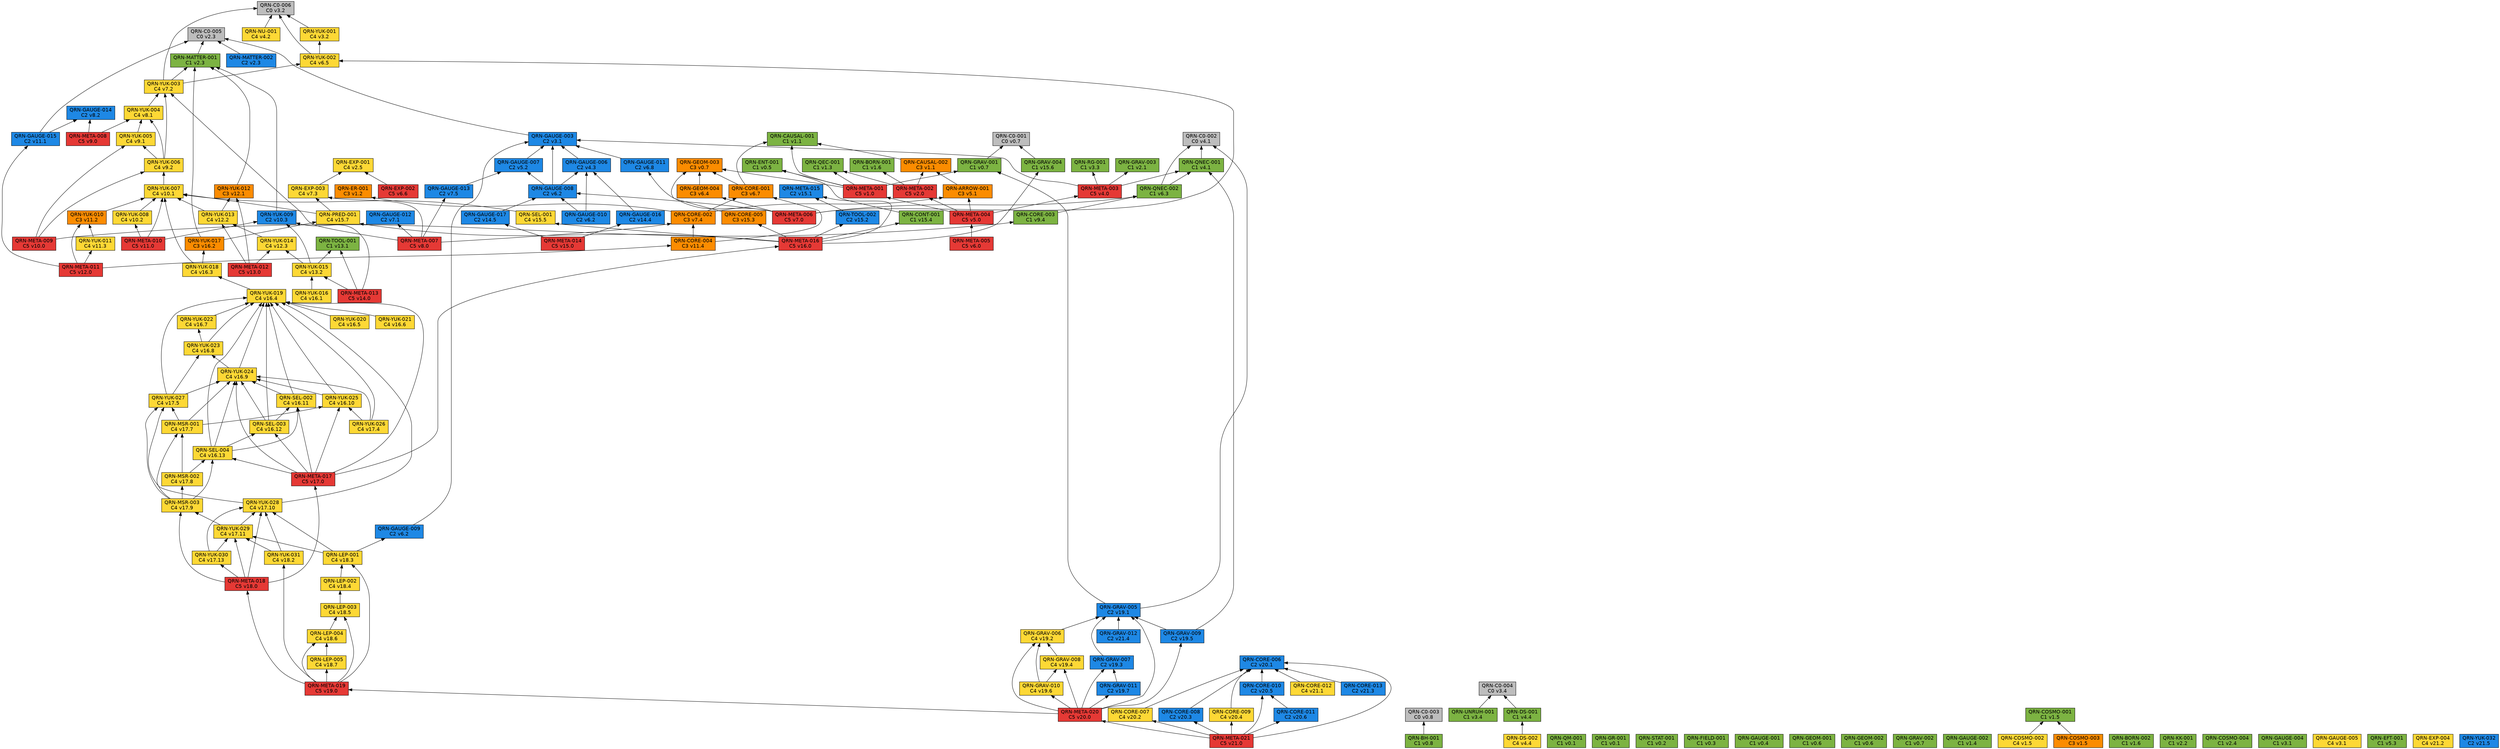
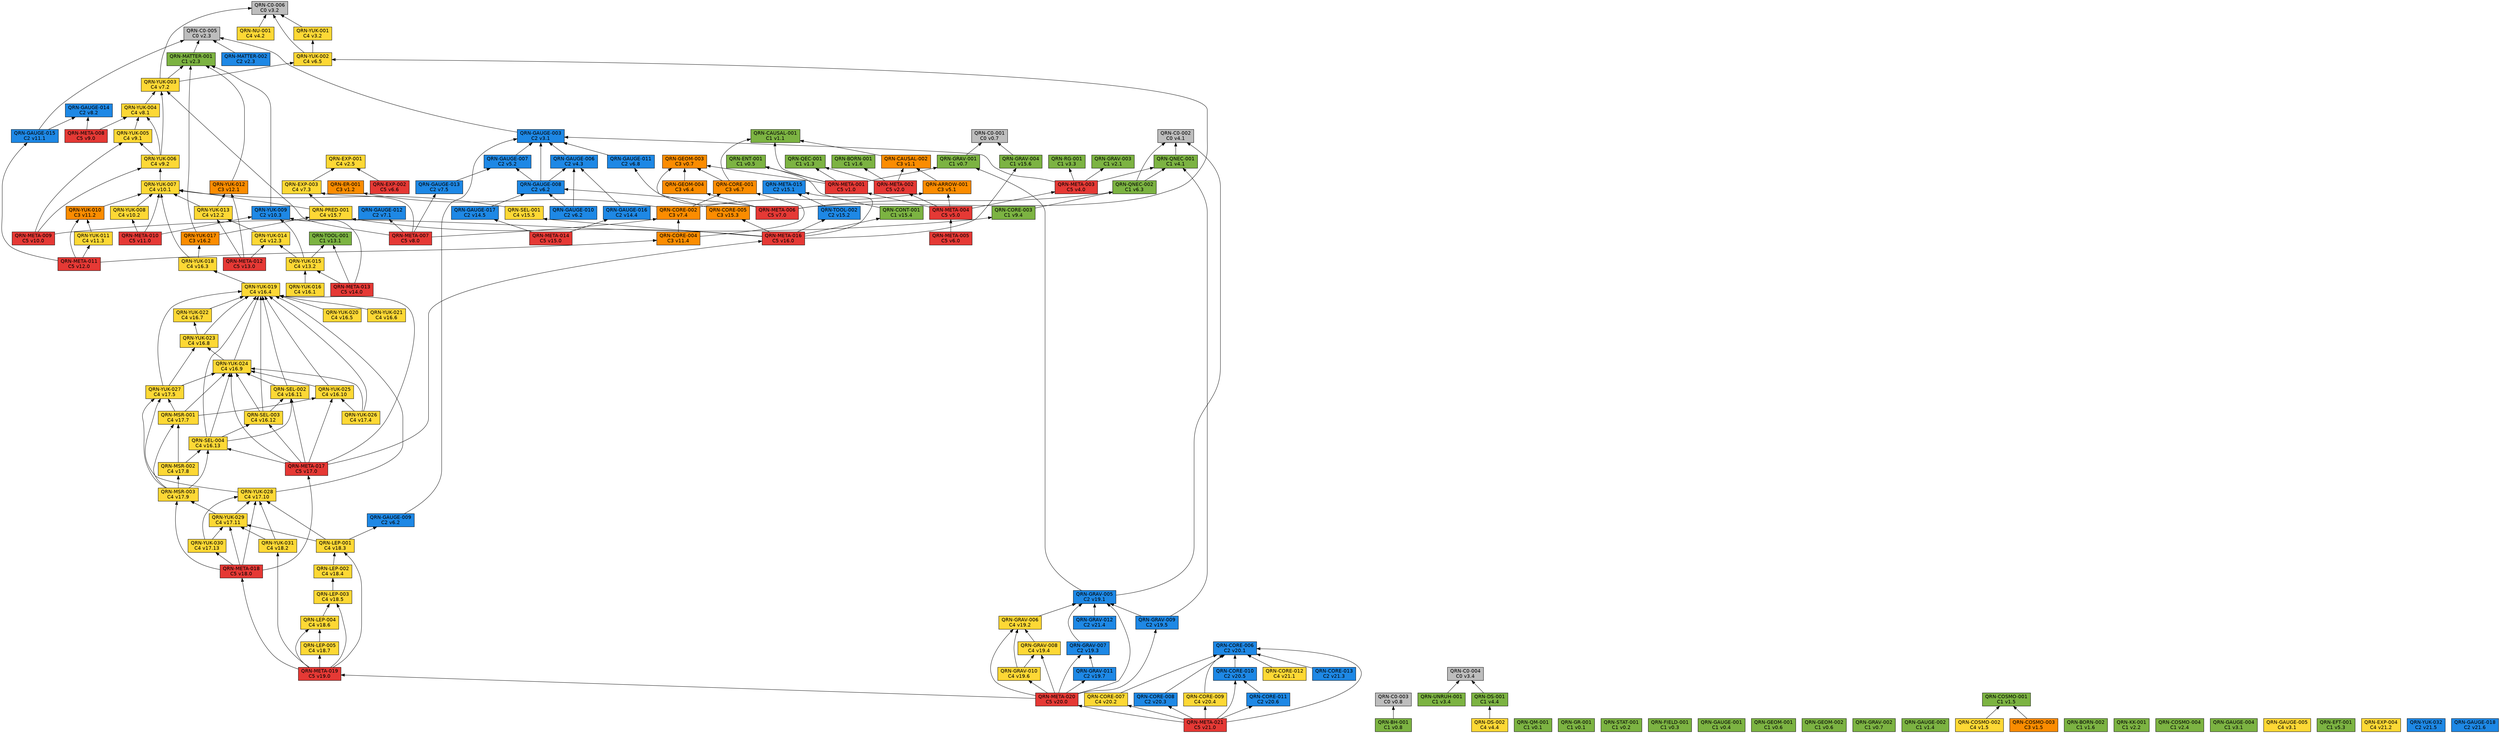
// 自動生成 (dag/report.pl) — QRN 主張依存グラフ
digraph qrn {
  rankdir=BT;
  node [shape=box, style=filled, fontname="Helvetica"];
  "QRN-C0-001" [fillcolor="#bdbdbd", label="QRN-C0-001\nC0 v0.7"];
  "QRN-C0-002" [fillcolor="#bdbdbd", label="QRN-C0-002\nC0 v4.1"];
  "QRN-C0-003" [fillcolor="#bdbdbd", label="QRN-C0-003\nC0 v0.8"];
  "QRN-C0-004" [fillcolor="#bdbdbd", label="QRN-C0-004\nC0 v3.4"];
  "QRN-C0-005" [fillcolor="#bdbdbd", label="QRN-C0-005\nC0 v2.3"];
  "QRN-C0-006" [fillcolor="#bdbdbd", label="QRN-C0-006\nC0 v3.2"];
  "QRN-QM-001" [fillcolor="#7cb342", label="QRN-QM-001\nC1 v0.1"];
  "QRN-GR-001" [fillcolor="#7cb342", label="QRN-GR-001\nC1 v0.1"];
  "QRN-STAT-001" [fillcolor="#7cb342", label="QRN-STAT-001\nC1 v0.2"];
  "QRN-FIELD-001" [fillcolor="#7cb342", label="QRN-FIELD-001\nC1 v0.3"];
  "QRN-GAUGE-001" [fillcolor="#7cb342", label="QRN-GAUGE-001\nC1 v0.4"];
  "QRN-ENT-001" [fillcolor="#7cb342", label="QRN-ENT-001\nC1 v0.5"];
  "QRN-GEOM-001" [fillcolor="#7cb342", label="QRN-GEOM-001\nC1 v0.6"];
  "QRN-GEOM-002" [fillcolor="#7cb342", label="QRN-GEOM-002\nC1 v0.6"];
  "QRN-GEOM-003" [fillcolor="#fb8c00", label="QRN-GEOM-003\nC3 v0.7"];
  "QRN-GRAV-001" [fillcolor="#7cb342", label="QRN-GRAV-001\nC1 v0.7"];
  "QRN-GRAV-002" [fillcolor="#7cb342", label="QRN-GRAV-002\nC1 v0.7"];
  "QRN-BH-001" [fillcolor="#7cb342", label="QRN-BH-001\nC1 v0.8"];
  "QRN-CAUSAL-001" [fillcolor="#7cb342", label="QRN-CAUSAL-001\nC1 v1.1"];
  "QRN-CAUSAL-002" [fillcolor="#fb8c00", label="QRN-CAUSAL-002\nC3 v1.1"];
  "QRN-ER-001" [fillcolor="#fb8c00", label="QRN-ER-001\nC3 v1.2"];
  "QRN-QEC-001" [fillcolor="#7cb342", label="QRN-QEC-001\nC1 v1.3"];
  "QRN-GAUGE-002" [fillcolor="#7cb342", label="QRN-GAUGE-002\nC1 v1.4"];
  "QRN-COSMO-001" [fillcolor="#7cb342", label="QRN-COSMO-001\nC1 v1.5"];
  "QRN-COSMO-002" [fillcolor="#fdd835", label="QRN-COSMO-002\nC4 v1.5"];
  "QRN-COSMO-003" [fillcolor="#fb8c00", label="QRN-COSMO-003\nC3 v1.5"];
  "QRN-BORN-001" [fillcolor="#7cb342", label="QRN-BORN-001\nC1 v1.6"];
  "QRN-BORN-002" [fillcolor="#7cb342", label="QRN-BORN-002\nC1 v1.6"];
  "QRN-GRAV-003" [fillcolor="#7cb342", label="QRN-GRAV-003\nC1 v2.1"];
  "QRN-KK-001" [fillcolor="#7cb342", label="QRN-KK-001\nC1 v2.2"];
  "QRN-MATTER-001" [fillcolor="#7cb342", label="QRN-MATTER-001\nC1 v2.3"];
  "QRN-MATTER-002" [fillcolor="#1e88e5", label="QRN-MATTER-002\nC2 v2.3"];
  "QRN-COSMO-004" [fillcolor="#7cb342", label="QRN-COSMO-004\nC1 v2.4"];
  "QRN-EXP-001" [fillcolor="#fdd835", label="QRN-EXP-001\nC4 v2.5"];
  "QRN-GAUGE-003" [fillcolor="#1e88e5", label="QRN-GAUGE-003\nC2 v3.1"];
  "QRN-GAUGE-004" [fillcolor="#7cb342", label="QRN-GAUGE-004\nC1 v3.1"];
  "QRN-GAUGE-005" [fillcolor="#fdd835", label="QRN-GAUGE-005\nC4 v3.1"];
  "QRN-YUK-001" [fillcolor="#fdd835", label="QRN-YUK-001\nC4 v3.2"];
  "QRN-RG-001" [fillcolor="#7cb342", label="QRN-RG-001\nC1 v3.3"];
  "QRN-UNRUH-001" [fillcolor="#7cb342", label="QRN-UNRUH-001\nC1 v3.4"];
  "QRN-QNEC-001" [fillcolor="#7cb342", label="QRN-QNEC-001\nC1 v4.1"];
  "QRN-NU-001" [fillcolor="#fdd835", label="QRN-NU-001\nC4 v4.2"];
  "QRN-GAUGE-006" [fillcolor="#1e88e5", label="QRN-GAUGE-006\nC2 v4.3"];
  "QRN-DS-001" [fillcolor="#7cb342", label="QRN-DS-001\nC1 v4.4"];
  "QRN-DS-002" [fillcolor="#fdd835", label="QRN-DS-002\nC4 v4.4"];
  "QRN-ARROW-001" [fillcolor="#fb8c00", label="QRN-ARROW-001\nC3 v5.1"];
  "QRN-GAUGE-007" [fillcolor="#1e88e5", label="QRN-GAUGE-007\nC2 v5.2"];
  "QRN-EFT-001" [fillcolor="#7cb342", label="QRN-EFT-001\nC1 v5.3"];
  "QRN-GAUGE-008" [fillcolor="#1e88e5", label="QRN-GAUGE-008\nC2 v6.2"];
  "QRN-GAUGE-009" [fillcolor="#1e88e5", label="QRN-GAUGE-009\nC2 v6.2"];
  "QRN-GAUGE-010" [fillcolor="#1e88e5", label="QRN-GAUGE-010\nC2 v6.2"];
  "QRN-QNEC-002" [fillcolor="#7cb342", label="QRN-QNEC-002\nC1 v6.3"];
  "QRN-GEOM-004" [fillcolor="#fb8c00", label="QRN-GEOM-004\nC3 v6.4"];
  "QRN-YUK-002" [fillcolor="#fdd835", label="QRN-YUK-002\nC4 v6.5"];
  "QRN-EXP-002" [fillcolor="#e53935", label="QRN-EXP-002\nC5 v6.6"];
  "QRN-CORE-001" [fillcolor="#fb8c00", label="QRN-CORE-001\nC3 v6.7"];
  "QRN-GAUGE-011" [fillcolor="#1e88e5", label="QRN-GAUGE-011\nC2 v6.8"];
  "QRN-GAUGE-012" [fillcolor="#1e88e5", label="QRN-GAUGE-012\nC2 v7.1"];
  "QRN-YUK-003" [fillcolor="#fdd835", label="QRN-YUK-003\nC4 v7.2"];
  "QRN-EXP-003" [fillcolor="#fdd835", label="QRN-EXP-003\nC4 v7.3"];
  "QRN-CORE-002" [fillcolor="#fb8c00", label="QRN-CORE-002\nC3 v7.4"];
  "QRN-GAUGE-013" [fillcolor="#1e88e5", label="QRN-GAUGE-013\nC2 v7.5"];
  "QRN-YUK-004" [fillcolor="#fdd835", label="QRN-YUK-004\nC4 v8.1"];
  "QRN-GAUGE-014" [fillcolor="#1e88e5", label="QRN-GAUGE-014\nC2 v8.2"];
  "QRN-META-001" [fillcolor="#e53935", label="QRN-META-001\nC5 v1.0"];
  "QRN-META-002" [fillcolor="#e53935", label="QRN-META-002\nC5 v2.0"];
  "QRN-META-003" [fillcolor="#e53935", label="QRN-META-003\nC5 v4.0"];
  "QRN-META-004" [fillcolor="#e53935", label="QRN-META-004\nC5 v5.0"];
  "QRN-META-005" [fillcolor="#e53935", label="QRN-META-005\nC5 v6.0"];
  "QRN-META-006" [fillcolor="#e53935", label="QRN-META-006\nC5 v7.0"];
  "QRN-META-007" [fillcolor="#e53935", label="QRN-META-007\nC5 v8.0"];
  "QRN-META-008" [fillcolor="#e53935", label="QRN-META-008\nC5 v9.0"];
  "QRN-YUK-005" [fillcolor="#fdd835", label="QRN-YUK-005\nC4 v9.1"];
  "QRN-YUK-006" [fillcolor="#fdd835", label="QRN-YUK-006\nC4 v9.2"];
  "QRN-CORE-003" [fillcolor="#7cb342", label="QRN-CORE-003\nC1 v9.4"];
  "QRN-META-009" [fillcolor="#e53935", label="QRN-META-009\nC5 v10.0"];
  "QRN-YUK-007" [fillcolor="#fdd835", label="QRN-YUK-007\nC4 v10.1"];
  "QRN-YUK-008" [fillcolor="#fdd835", label="QRN-YUK-008\nC4 v10.2"];
  "QRN-YUK-009" [fillcolor="#1e88e5", label="QRN-YUK-009\nC2 v10.3"];
  "QRN-META-010" [fillcolor="#e53935", label="QRN-META-010\nC5 v11.0"];
  "QRN-GAUGE-015" [fillcolor="#1e88e5", label="QRN-GAUGE-015\nC2 v11.1"];
  "QRN-YUK-010" [fillcolor="#fb8c00", label="QRN-YUK-010\nC3 v11.2"];
  "QRN-YUK-011" [fillcolor="#fdd835", label="QRN-YUK-011\nC4 v11.3"];
  "QRN-CORE-004" [fillcolor="#fb8c00", label="QRN-CORE-004\nC3 v11.4"];
  "QRN-META-011" [fillcolor="#e53935", label="QRN-META-011\nC5 v12.0"];
  "QRN-YUK-012" [fillcolor="#fb8c00", label="QRN-YUK-012\nC3 v12.1"];
  "QRN-YUK-013" [fillcolor="#fdd835", label="QRN-YUK-013\nC4 v12.2"];
  "QRN-YUK-014" [fillcolor="#fdd835", label="QRN-YUK-014\nC4 v12.3"];
  "QRN-META-012" [fillcolor="#e53935", label="QRN-META-012\nC5 v13.0"];
  "QRN-TOOL-001" [fillcolor="#7cb342", label="QRN-TOOL-001\nC1 v13.1"];
  "QRN-YUK-015" [fillcolor="#fdd835", label="QRN-YUK-015\nC4 v13.2"];
  "QRN-META-013" [fillcolor="#e53935", label="QRN-META-013\nC5 v14.0"];
  "QRN-GAUGE-016" [fillcolor="#1e88e5", label="QRN-GAUGE-016\nC2 v14.4"];
  "QRN-GAUGE-017" [fillcolor="#1e88e5", label="QRN-GAUGE-017\nC2 v14.5"];
  "QRN-META-014" [fillcolor="#e53935", label="QRN-META-014\nC5 v15.0"];
  "QRN-META-015" [fillcolor="#1e88e5", label="QRN-META-015\nC2 v15.1"];
  "QRN-TOOL-002" [fillcolor="#1e88e5", label="QRN-TOOL-002\nC2 v15.2"];
  "QRN-CORE-005" [fillcolor="#fb8c00", label="QRN-CORE-005\nC3 v15.3"];
  "QRN-CONT-001" [fillcolor="#7cb342", label="QRN-CONT-001\nC1 v15.4"];
  "QRN-SEL-001" [fillcolor="#fdd835", label="QRN-SEL-001\nC4 v15.5"];
  "QRN-GRAV-004" [fillcolor="#7cb342", label="QRN-GRAV-004\nC1 v15.6"];
  "QRN-PRED-001" [fillcolor="#fdd835", label="QRN-PRED-001\nC4 v15.7"];
  "QRN-META-016" [fillcolor="#e53935", label="QRN-META-016\nC5 v16.0"];
  "QRN-YUK-016" [fillcolor="#fdd835", label="QRN-YUK-016\nC4 v16.1"];
  "QRN-YUK-017" [fillcolor="#fb8c00", label="QRN-YUK-017\nC3 v16.2"];
  "QRN-YUK-018" [fillcolor="#fdd835", label="QRN-YUK-018\nC4 v16.3"];
  "QRN-YUK-019" [fillcolor="#fdd835", label="QRN-YUK-019\nC4 v16.4"];
  "QRN-YUK-020" [fillcolor="#fdd835", label="QRN-YUK-020\nC4 v16.5"];
  "QRN-YUK-021" [fillcolor="#fdd835", label="QRN-YUK-021\nC4 v16.6"];
  "QRN-YUK-022" [fillcolor="#fdd835", label="QRN-YUK-022\nC4 v16.7"];
  "QRN-YUK-023" [fillcolor="#fdd835", label="QRN-YUK-023\nC4 v16.8"];
  "QRN-YUK-024" [fillcolor="#fdd835", label="QRN-YUK-024\nC4 v16.9"];
  "QRN-YUK-025" [fillcolor="#fdd835", label="QRN-YUK-025\nC4 v16.10"];
  "QRN-SEL-002" [fillcolor="#fdd835", label="QRN-SEL-002\nC4 v16.11"];
  "QRN-SEL-003" [fillcolor="#fdd835", label="QRN-SEL-003\nC4 v16.12"];
  "QRN-SEL-004" [fillcolor="#fdd835", label="QRN-SEL-004\nC4 v16.13"];
  "QRN-META-017" [fillcolor="#e53935", label="QRN-META-017\nC5 v17.0"];
  "QRN-YUK-026" [fillcolor="#fdd835", label="QRN-YUK-026\nC4 v17.4"];
  "QRN-YUK-027" [fillcolor="#fdd835", label="QRN-YUK-027\nC4 v17.5"];
  "QRN-MSR-001" [fillcolor="#fdd835", label="QRN-MSR-001\nC4 v17.7"];
  "QRN-MSR-002" [fillcolor="#fdd835", label="QRN-MSR-002\nC4 v17.8"];
  "QRN-MSR-003" [fillcolor="#fdd835", label="QRN-MSR-003\nC4 v17.9"];
  "QRN-YUK-028" [fillcolor="#fdd835", label="QRN-YUK-028\nC4 v17.10"];
  "QRN-YUK-029" [fillcolor="#fdd835", label="QRN-YUK-029\nC4 v17.11"];
  "QRN-YUK-030" [fillcolor="#fdd835", label="QRN-YUK-030\nC4 v17.13"];
  "QRN-META-018" [fillcolor="#e53935", label="QRN-META-018\nC5 v18.0"];
  "QRN-YUK-031" [fillcolor="#fdd835", label="QRN-YUK-031\nC4 v18.2"];
  "QRN-LEP-001" [fillcolor="#fdd835", label="QRN-LEP-001\nC4 v18.3"];
  "QRN-LEP-002" [fillcolor="#fdd835", label="QRN-LEP-002\nC4 v18.4"];
  "QRN-LEP-003" [fillcolor="#fdd835", label="QRN-LEP-003\nC4 v18.5"];
  "QRN-LEP-004" [fillcolor="#fdd835", label="QRN-LEP-004\nC4 v18.6"];
  "QRN-LEP-005" [fillcolor="#fdd835", label="QRN-LEP-005\nC4 v18.7"];
  "QRN-META-019" [fillcolor="#e53935", label="QRN-META-019\nC5 v19.0"];
  "QRN-GRAV-005" [fillcolor="#1e88e5", label="QRN-GRAV-005\nC2 v19.1"];
  "QRN-GRAV-006" [fillcolor="#fdd835", label="QRN-GRAV-006\nC4 v19.2"];
  "QRN-GRAV-007" [fillcolor="#1e88e5", label="QRN-GRAV-007\nC2 v19.3"];
  "QRN-GRAV-008" [fillcolor="#fdd835", label="QRN-GRAV-008\nC4 v19.4"];
  "QRN-GRAV-009" [fillcolor="#1e88e5", label="QRN-GRAV-009\nC2 v19.5"];
  "QRN-GRAV-010" [fillcolor="#fdd835", label="QRN-GRAV-010\nC4 v19.6"];
  "QRN-GRAV-011" [fillcolor="#1e88e5", label="QRN-GRAV-011\nC2 v19.7"];
  "QRN-META-020" [fillcolor="#e53935", label="QRN-META-020\nC5 v20.0"];
  "QRN-CORE-006" [fillcolor="#1e88e5", label="QRN-CORE-006\nC2 v20.1"];
  "QRN-CORE-007" [fillcolor="#fdd835", label="QRN-CORE-007\nC4 v20.2"];
  "QRN-CORE-008" [fillcolor="#1e88e5", label="QRN-CORE-008\nC2 v20.3"];
  "QRN-CORE-009" [fillcolor="#fdd835", label="QRN-CORE-009\nC4 v20.4"];
  "QRN-CORE-010" [fillcolor="#1e88e5", label="QRN-CORE-010\nC2 v20.5"];
  "QRN-CORE-011" [fillcolor="#1e88e5", label="QRN-CORE-011\nC2 v20.6"];
  "QRN-META-021" [fillcolor="#e53935", label="QRN-META-021\nC5 v21.0"];
  "QRN-CORE-012" [fillcolor="#fdd835", label="QRN-CORE-012\nC4 v21.1"];
  "QRN-EXP-004" [fillcolor="#fdd835", label="QRN-EXP-004\nC4 v21.2"];
  "QRN-CORE-013" [fillcolor="#1e88e5", label="QRN-CORE-013\nC2 v21.3"];
  "QRN-GRAV-012" [fillcolor="#1e88e5", label="QRN-GRAV-012\nC2 v21.4"];
  "QRN-YUK-032" [fillcolor="#1e88e5", label="QRN-YUK-032\nC2 v21.5"];
+   "QRN-GAUGE-018" [fillcolor="#1e88e5", label="QRN-GAUGE-018\nC2 v21.6"];
  "QRN-GRAV-001" -> "QRN-C0-001";
  "QRN-BH-001" -> "QRN-C0-003";
  "QRN-CAUSAL-002" -> "QRN-CAUSAL-001";
  "QRN-COSMO-002" -> "QRN-COSMO-001";
  "QRN-COSMO-003" -> "QRN-COSMO-001";
  "QRN-MATTER-001" -> "QRN-C0-005";
  "QRN-MATTER-002" -> "QRN-C0-005";
  "QRN-GAUGE-003" -> "QRN-C0-005";
  "QRN-YUK-001" -> "QRN-C0-006";
  "QRN-UNRUH-001" -> "QRN-C0-004";
  "QRN-QNEC-001" -> "QRN-C0-002";
  "QRN-NU-001" -> "QRN-C0-006";
  "QRN-GAUGE-006" -> "QRN-GAUGE-003";
  "QRN-DS-001" -> "QRN-C0-004";
  "QRN-DS-002" -> "QRN-DS-001";
  "QRN-ARROW-001" -> "QRN-CAUSAL-002";
  "QRN-GAUGE-007" -> "QRN-GAUGE-003";
  "QRN-GAUGE-008" -> "QRN-GAUGE-003";
  "QRN-GAUGE-008" -> "QRN-GAUGE-006";
  "QRN-GAUGE-008" -> "QRN-GAUGE-007";
  "QRN-GAUGE-009" -> "QRN-GAUGE-003";
  "QRN-GAUGE-010" -> "QRN-GAUGE-006";
  "QRN-GAUGE-010" -> "QRN-GAUGE-008";
  "QRN-QNEC-002" -> "QRN-C0-002";
  "QRN-QNEC-002" -> "QRN-QNEC-001";
  "QRN-GEOM-004" -> "QRN-GEOM-003";
  "QRN-YUK-002" -> "QRN-C0-006";
  "QRN-YUK-002" -> "QRN-YUK-001";
  "QRN-EXP-002" -> "QRN-EXP-001";
  "QRN-CORE-001" -> "QRN-GEOM-003";
  "QRN-CORE-001" -> "QRN-CAUSAL-001";
  "QRN-GAUGE-011" -> "QRN-GAUGE-003";
  "QRN-YUK-003" -> "QRN-C0-006";
  "QRN-YUK-003" -> "QRN-MATTER-001";
  "QRN-YUK-003" -> "QRN-YUK-002";
  "QRN-EXP-003" -> "QRN-EXP-001";
  "QRN-CORE-002" -> "QRN-CORE-001";
  "QRN-CORE-002" -> "QRN-ER-001";
  "QRN-CORE-002" -> "QRN-ARROW-001";
  "QRN-GAUGE-013" -> "QRN-GAUGE-007";
  "QRN-YUK-004" -> "QRN-YUK-003";
  "QRN-META-001" -> "QRN-GEOM-003";
  "QRN-META-001" -> "QRN-GRAV-001";
  "QRN-META-001" -> "QRN-CAUSAL-001";
  "QRN-META-001" -> "QRN-QEC-001";
  "QRN-META-001" -> "QRN-ENT-001";
  "QRN-META-002" -> "QRN-QEC-001";
  "QRN-META-002" -> "QRN-BORN-001";
  "QRN-META-002" -> "QRN-CAUSAL-002";
  "QRN-META-003" -> "QRN-GAUGE-003";
  "QRN-META-003" -> "QRN-RG-001";
  "QRN-META-003" -> "QRN-QNEC-001";
  "QRN-META-003" -> "QRN-GRAV-003";
  "QRN-META-004" -> "QRN-META-001";
  "QRN-META-004" -> "QRN-META-002";
  "QRN-META-004" -> "QRN-META-003";
  "QRN-META-004" -> "QRN-ARROW-001";
  "QRN-META-005" -> "QRN-META-004";
  "QRN-META-006" -> "QRN-GAUGE-008";
  "QRN-META-006" -> "QRN-QNEC-002";
  "QRN-META-006" -> "QRN-GEOM-004";
  "QRN-META-006" -> "QRN-YUK-002";
  "QRN-META-006" -> "QRN-GAUGE-011";
  "QRN-META-007" -> "QRN-GAUGE-012";
  "QRN-META-007" -> "QRN-YUK-003";
  "QRN-META-007" -> "QRN-EXP-003";
  "QRN-META-007" -> "QRN-CORE-002";
  "QRN-META-007" -> "QRN-GAUGE-013";
  "QRN-META-008" -> "QRN-YUK-004";
  "QRN-META-008" -> "QRN-GAUGE-014";
  "QRN-YUK-005" -> "QRN-YUK-004";
  "QRN-YUK-006" -> "QRN-YUK-003";
  "QRN-YUK-006" -> "QRN-YUK-004";
  "QRN-YUK-006" -> "QRN-YUK-005";
  "QRN-CORE-003" -> "QRN-QNEC-002";
  "QRN-META-009" -> "QRN-YUK-005";
  "QRN-META-009" -> "QRN-YUK-006";
  "QRN-META-009" -> "QRN-CORE-003";
  "QRN-YUK-007" -> "QRN-YUK-006";
  "QRN-YUK-008" -> "QRN-YUK-007";
  "QRN-YUK-009" -> "QRN-MATTER-001";
  "QRN-META-010" -> "QRN-YUK-007";
  "QRN-META-010" -> "QRN-YUK-008";
  "QRN-META-010" -> "QRN-YUK-009";
  "QRN-GAUGE-015" -> "QRN-C0-005";
  "QRN-GAUGE-015" -> "QRN-GAUGE-014";
  "QRN-YUK-010" -> "QRN-YUK-007";
  "QRN-YUK-011" -> "QRN-YUK-010";
  "QRN-CORE-004" -> "QRN-CORE-001";
  "QRN-CORE-004" -> "QRN-CORE-002";
  "QRN-META-011" -> "QRN-GAUGE-015";
  "QRN-META-011" -> "QRN-YUK-010";
  "QRN-META-011" -> "QRN-YUK-011";
  "QRN-META-011" -> "QRN-CORE-004";
  "QRN-YUK-012" -> "QRN-MATTER-001";
  "QRN-YUK-013" -> "QRN-YUK-012";
  "QRN-YUK-013" -> "QRN-YUK-007";
  "QRN-YUK-014" -> "QRN-YUK-013";
  "QRN-META-012" -> "QRN-YUK-012";
  "QRN-META-012" -> "QRN-YUK-013";
  "QRN-META-012" -> "QRN-YUK-014";
  "QRN-YUK-015" -> "QRN-YUK-014";
  "QRN-YUK-015" -> "QRN-TOOL-001";
  "QRN-YUK-015" -> "QRN-YUK-009";
  "QRN-META-013" -> "QRN-YUK-015";
  "QRN-META-013" -> "QRN-TOOL-001";
  "QRN-META-013" -> "QRN-YUK-009";
  "QRN-GAUGE-016" -> "QRN-GAUGE-006";
  "QRN-GAUGE-017" -> "QRN-GAUGE-008";
  "QRN-META-014" -> "QRN-GAUGE-016";
  "QRN-META-014" -> "QRN-GAUGE-017";
  "QRN-TOOL-002" -> "QRN-META-015";
  "QRN-CORE-005" -> "QRN-GEOM-003";
  "QRN-CONT-001" -> "QRN-ENT-001";
  "QRN-SEL-001" -> "QRN-YUK-007";
  "QRN-GRAV-004" -> "QRN-C0-001";
  "QRN-PRED-001" -> "QRN-YUK-007";
  "QRN-PRED-001" -> "QRN-EXP-003";
  "QRN-META-016" -> "QRN-META-015";
  "QRN-META-016" -> "QRN-TOOL-002";
  "QRN-META-016" -> "QRN-CORE-005";
  "QRN-META-016" -> "QRN-CONT-001";
  "QRN-META-016" -> "QRN-SEL-001";
  "QRN-META-016" -> "QRN-GRAV-004";
  "QRN-META-016" -> "QRN-PRED-001";
  "QRN-YUK-016" -> "QRN-YUK-015";
  "QRN-YUK-017" -> "QRN-MATTER-001";
  "QRN-YUK-017" -> "QRN-PRED-001";
  "QRN-YUK-018" -> "QRN-YUK-017";
  "QRN-YUK-018" -> "QRN-YUK-007";
  "QRN-YUK-019" -> "QRN-YUK-018";
  "QRN-YUK-020" -> "QRN-YUK-019";
  "QRN-YUK-021" -> "QRN-YUK-019";
  "QRN-YUK-022" -> "QRN-YUK-019";
  "QRN-YUK-023" -> "QRN-YUK-019";
  "QRN-YUK-023" -> "QRN-YUK-022";
  "QRN-YUK-024" -> "QRN-YUK-019";
  "QRN-YUK-024" -> "QRN-YUK-023";
  "QRN-YUK-025" -> "QRN-YUK-019";
  "QRN-YUK-025" -> "QRN-YUK-024";
  "QRN-SEL-002" -> "QRN-YUK-019";
  "QRN-SEL-002" -> "QRN-YUK-024";
  "QRN-SEL-003" -> "QRN-YUK-019";
  "QRN-SEL-003" -> "QRN-YUK-024";
  "QRN-SEL-003" -> "QRN-SEL-002";
  "QRN-SEL-004" -> "QRN-YUK-019";
  "QRN-SEL-004" -> "QRN-YUK-024";
  "QRN-SEL-004" -> "QRN-SEL-002";
  "QRN-SEL-004" -> "QRN-SEL-003";
  "QRN-META-017" -> "QRN-META-016";
  "QRN-META-017" -> "QRN-YUK-019";
  "QRN-META-017" -> "QRN-YUK-024";
  "QRN-META-017" -> "QRN-YUK-025";
  "QRN-META-017" -> "QRN-SEL-002";
  "QRN-META-017" -> "QRN-SEL-003";
  "QRN-META-017" -> "QRN-SEL-004";
  "QRN-YUK-026" -> "QRN-YUK-019";
  "QRN-YUK-026" -> "QRN-YUK-024";
  "QRN-YUK-026" -> "QRN-YUK-025";
  "QRN-YUK-027" -> "QRN-YUK-019";
  "QRN-YUK-027" -> "QRN-YUK-023";
  "QRN-YUK-027" -> "QRN-YUK-024";
  "QRN-MSR-001" -> "QRN-YUK-024";
  "QRN-MSR-001" -> "QRN-YUK-025";
  "QRN-MSR-001" -> "QRN-YUK-027";
  "QRN-MSR-002" -> "QRN-SEL-004";
  "QRN-MSR-002" -> "QRN-MSR-001";
  "QRN-MSR-003" -> "QRN-MSR-001";
  "QRN-MSR-003" -> "QRN-MSR-002";
  "QRN-MSR-003" -> "QRN-SEL-004";
  "QRN-MSR-003" -> "QRN-YUK-027";
  "QRN-YUK-028" -> "QRN-YUK-019";
  "QRN-YUK-028" -> "QRN-YUK-027";
  "QRN-YUK-029" -> "QRN-YUK-028";
  "QRN-YUK-029" -> "QRN-MSR-003";
  "QRN-YUK-030" -> "QRN-YUK-028";
  "QRN-YUK-030" -> "QRN-YUK-029";
  "QRN-META-018" -> "QRN-META-017";
  "QRN-META-018" -> "QRN-MSR-003";
  "QRN-META-018" -> "QRN-YUK-028";
  "QRN-META-018" -> "QRN-YUK-029";
  "QRN-META-018" -> "QRN-YUK-030";
  "QRN-YUK-031" -> "QRN-YUK-028";
  "QRN-YUK-031" -> "QRN-YUK-029";
  "QRN-LEP-001" -> "QRN-YUK-028";
  "QRN-LEP-001" -> "QRN-YUK-029";
  "QRN-LEP-001" -> "QRN-GAUGE-009";
  "QRN-LEP-002" -> "QRN-LEP-001";
  "QRN-LEP-003" -> "QRN-LEP-002";
  "QRN-LEP-004" -> "QRN-LEP-003";
  "QRN-LEP-005" -> "QRN-LEP-004";
  "QRN-META-019" -> "QRN-META-018";
  "QRN-META-019" -> "QRN-YUK-031";
  "QRN-META-019" -> "QRN-LEP-001";
  "QRN-META-019" -> "QRN-LEP-003";
  "QRN-META-019" -> "QRN-LEP-004";
  "QRN-META-019" -> "QRN-LEP-005";
  "QRN-GRAV-005" -> "QRN-C0-002";
  "QRN-GRAV-005" -> "QRN-GRAV-001";
  "QRN-GRAV-006" -> "QRN-GRAV-005";
  "QRN-GRAV-007" -> "QRN-GRAV-005";
  "QRN-GRAV-008" -> "QRN-GRAV-006";
  "QRN-GRAV-009" -> "QRN-GRAV-005";
  "QRN-GRAV-009" -> "QRN-QNEC-001";
  "QRN-GRAV-010" -> "QRN-GRAV-006";
  "QRN-GRAV-010" -> "QRN-GRAV-008";
  "QRN-GRAV-011" -> "QRN-GRAV-007";
  "QRN-META-020" -> "QRN-META-019";
  "QRN-META-020" -> "QRN-GRAV-005";
  "QRN-META-020" -> "QRN-GRAV-006";
  "QRN-META-020" -> "QRN-GRAV-007";
  "QRN-META-020" -> "QRN-GRAV-008";
  "QRN-META-020" -> "QRN-GRAV-009";
  "QRN-META-020" -> "QRN-GRAV-010";
  "QRN-META-020" -> "QRN-GRAV-011";
  "QRN-CORE-007" -> "QRN-CORE-006";
  "QRN-CORE-008" -> "QRN-CORE-006";
  "QRN-CORE-009" -> "QRN-CORE-006";
  "QRN-CORE-010" -> "QRN-CORE-006";
  "QRN-CORE-011" -> "QRN-CORE-010";
  "QRN-META-021" -> "QRN-META-020";
  "QRN-META-021" -> "QRN-CORE-006";
  "QRN-META-021" -> "QRN-CORE-007";
  "QRN-META-021" -> "QRN-CORE-008";
  "QRN-META-021" -> "QRN-CORE-009";
  "QRN-META-021" -> "QRN-CORE-010";
  "QRN-META-021" -> "QRN-CORE-011";
  "QRN-CORE-012" -> "QRN-CORE-006";
  "QRN-CORE-013" -> "QRN-CORE-006";
  "QRN-GRAV-012" -> "QRN-GRAV-005";
}
